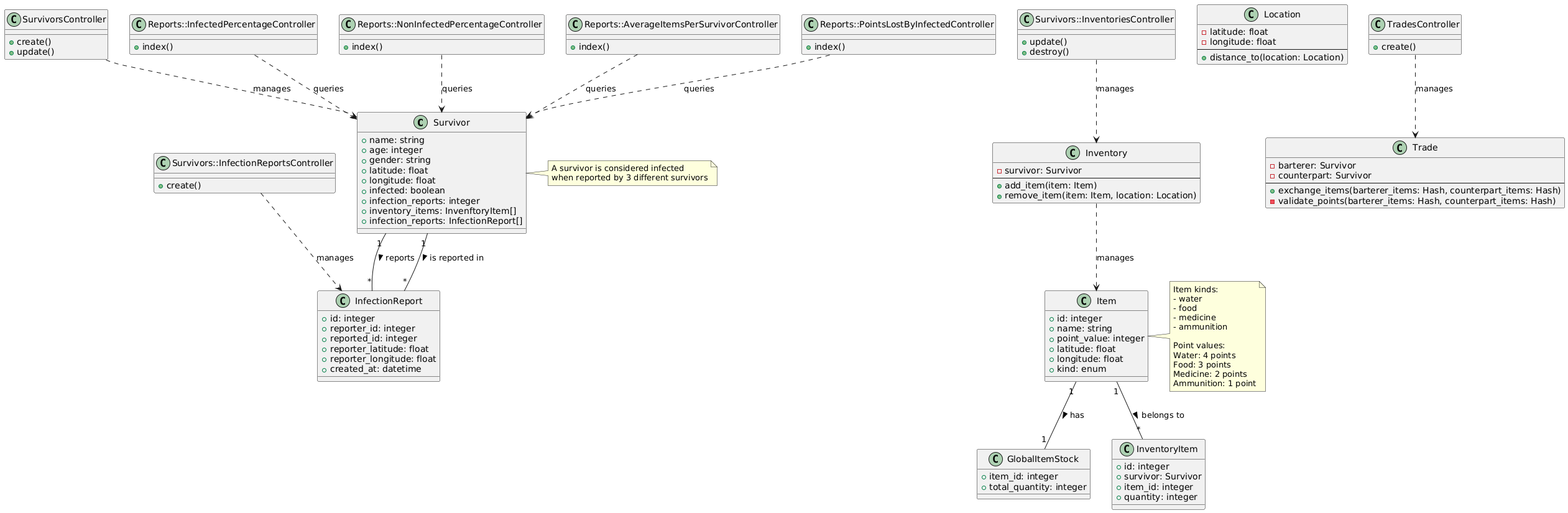
Above: docs/ZSSN_System.png in HDias/zssn (PlantUML), before the change. The source it was exported from:
```plantuml
@startuml
class Survivor {
  +name: string
  +age: integer
  +gender: string
  +latitude: float
  +longitude: float
  +infected: boolean
  +infection_reports: integer
  +inventory_items: InvenftoryItem[]
  +infection_reports: InfectionReport[]
}

class Inventory {
  -survivor: Survivor
  --
  +add_item(item: Item)
  +remove_item(item: Item, location: Location)
}

class Location {
  -latitude: float
  -longitude: float
  --
  +distance_to(location: Location)
}

class Item {
  +id: integer
  +name: string
  +point_value: integer
  +latitude: float
  +longitude: float
  +kind: enum
}

class GlobalItemStock {
  +item_id: integer
  +total_quantity: integer
}

class InventoryItem {
  +id: integer
  +survivor: Survivor
  +item_id: integer
  +quantity: integer
}

class InfectionReport {
  +id: integer
  +reporter_id: integer
  +reported_id: integer
  +reporter_latitude: float
  +reporter_longitude: float
  +created_at: datetime
}

class Trade {
  -barterer: Survivor
  -counterpart: Survivor
  --
  +exchange_items(barterer_items: Hash, counterpart_items: Hash)
  -validate_points(barterer_items: Hash, counterpart_items: Hash)
}

class SurvivorsController {
  +create()
  +update()
}

class Survivors::InfectionReportsController {
  +create()
}

class Survivors::InventoriesController {
  +update()
  +destroy()
}

class TradesController {
  +create()
}

class Reports::InfectedPercentageController {
  +index()
}

class Reports::NonInfectedPercentageController {
  +index()
}

class Reports::AverageItemsPerSurvivorController {
  +index()
}

class Reports::PointsLostByInfectedController {
  +index()
}

Item "1" -- "*" InventoryItem : belongs to >
Item "1" -- "1" GlobalItemStock : has >
Survivor "1" -- "*" InfectionReport : reports >
Survivor "1" -- "*" InfectionReport : is reported in >

SurvivorsController ..> Survivor : manages
Survivors::InfectionReportsController ..> InfectionReport : manages
Survivors::InventoriesController ..> Inventory : manages
Inventory ..> Item : manages
TradesController ..> Trade : manages
Reports::InfectedPercentageController ..> Survivor : queries
Reports::NonInfectedPercentageController ..> Survivor : queries
Reports::AverageItemsPerSurvivorController ..> Survivor : queries
Reports::PointsLostByInfectedController ..> Survivor : queries

note right of Survivor
  A survivor is considered infected
  when reported by 3 different survivors
end note

note right of Item
  Item kinds:
  - water
  - food
  - medicine
  - ammunition

  Point values:
  Water: 4 points
  Food: 3 points
  Medicine: 2 points
  Ammunition: 1 point
end note
@enduml
```
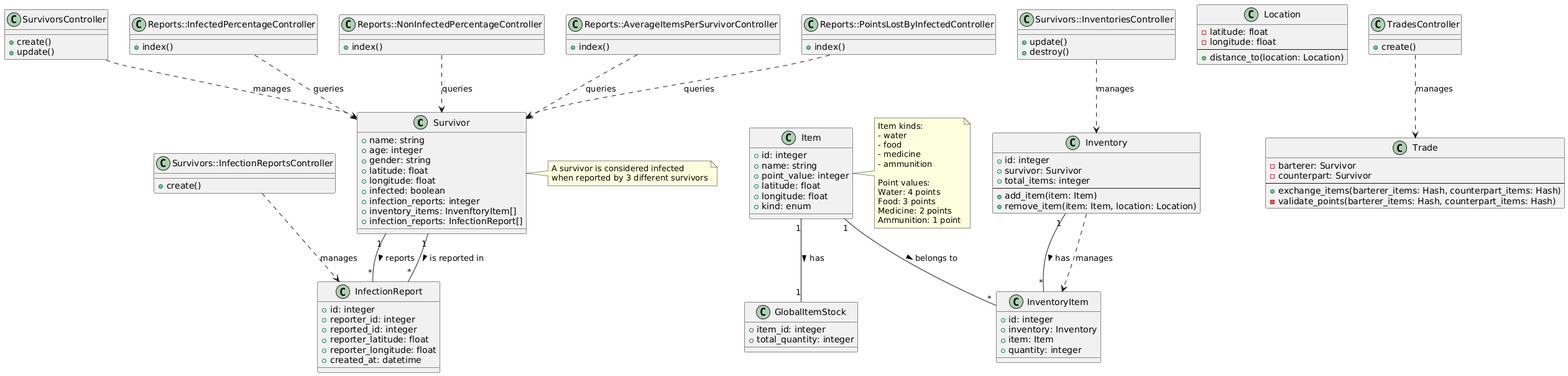
Above is the later version.

Commit message:
fix: change data modeling

What changed in the source:
```diff
@@ -12,7 +12,9 @@
 }
 
 class Inventory {
-  -survivor: Survivor
+  +id: integer
+  +survivor: Survivor
+  +total_items: integer
   --
   +add_item(item: Item)
   +remove_item(item: Item, location: Location)
@@ -41,8 +43,8 @@
 
 class InventoryItem {
   +id: integer
-  +survivor: Survivor
-  +item_id: integer
+  +inventory: Inventory
+  +item: Item
   +quantity: integer
 }
 
@@ -102,10 +104,12 @@
 Survivor "1" -- "*" InfectionReport : reports >
 Survivor "1" -- "*" InfectionReport : is reported in >
 
+Inventory "1" -- "*" InventoryItem : has >
+
 SurvivorsController ..> Survivor : manages
 Survivors::InfectionReportsController ..> InfectionReport : manages
 Survivors::InventoriesController ..> Inventory : manages
-Inventory ..> Item : manages
+Inventory ..> InventoryItem : manages
 TradesController ..> Trade : manages
 Reports::InfectedPercentageController ..> Survivor : queries
 Reports::NonInfectedPercentageController ..> Survivor : queries
```
